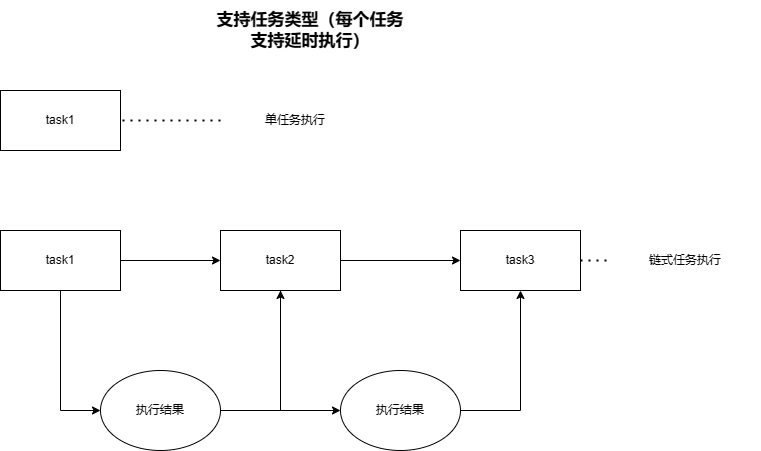
59799517/sqtaskflow keeps this draw.io diagram as png/excute.png. Above is the earlier version. Source tidied: cells renumbered, new cells last; positions are measured from the earlier drawing's top-left corner, leaving out a move shared by most shapes.
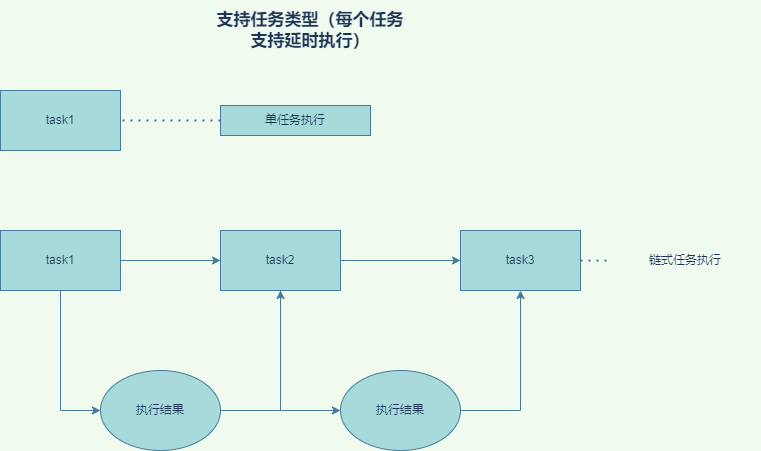
The same diagram one commit later.

Commit message:
修改示例说明

Change to the diagram source:
```diff
@@ -1,74 +1,74 @@
-<mxGraphModel>
+<mxGraphModel background="#F1FAEE">
   <root>
     <mxCell id="0" />
     <mxCell id="1" parent="0" />
-    <mxCell id="2" style="edgeStyle=orthogonalEdgeStyle;rounded=0;jettySize=auto;html=1;" parent="1" edge="1" source="4" target="7">
+    <mxCell id="2" style="edgeStyle=orthogonalEdgeStyle;rounded=0;jettySize=auto;html=1;strokeColor=#457B9D;fillColor=#A8DADC;labelBackgroundColor=#F1FAEE;fontColor=#1D3557;" parent="1" edge="1" source="4" target="7">
       <mxGeometry relative="1" as="geometry" />
     </mxCell>
-    <mxCell id="3" style="edgeStyle=orthogonalEdgeStyle;rounded=0;jettySize=auto;html=1;" parent="1" edge="1" source="4" target="16">
+    <mxCell id="3" style="edgeStyle=orthogonalEdgeStyle;rounded=0;jettySize=auto;html=1;fillColor=#A8DADC;strokeColor=#457B9D;labelBackgroundColor=#F1FAEE;fontColor=#1D3557;" parent="1" edge="1" source="4" target="16">
       <mxGeometry relative="1" as="geometry">
         <Array as="points">
           <mxPoint x="60" y="410" />
         </Array>
       </mxGeometry>
     </mxCell>
-    <mxCell id="4" value="task1" style="rounded=0;whiteSpace=wrap;html=1;" parent="1" vertex="1">
+    <mxCell id="4" value="task1" style="rounded=0;whiteSpace=wrap;html=1;fillColor=#A8DADC;strokeColor=#457B9D;fontColor=#1D3557;" parent="1" vertex="1">
       <mxGeometry y="230" width="120" height="60" as="geometry" />
     </mxCell>
-    <mxCell id="5" style="edgeStyle=orthogonalEdgeStyle;rounded=0;jettySize=auto;html=1;" parent="1" edge="1" source="7" target="10">
+    <mxCell id="5" style="edgeStyle=orthogonalEdgeStyle;rounded=0;jettySize=auto;html=1;fillColor=#A8DADC;strokeColor=#457B9D;labelBackgroundColor=#F1FAEE;fontColor=#1D3557;" parent="1" edge="1" source="7" target="10">
       <mxGeometry relative="1" as="geometry" />
     </mxCell>
-    <mxCell id="6" style="edgeStyle=orthogonalEdgeStyle;rounded=0;jettySize=auto;html=1;" parent="1" edge="1" source="7" target="18">
+    <mxCell id="6" style="edgeStyle=orthogonalEdgeStyle;rounded=0;jettySize=auto;html=1;fillColor=#A8DADC;strokeColor=#457B9D;labelBackgroundColor=#F1FAEE;fontColor=#1D3557;" parent="1" edge="1" source="7" target="18">
       <mxGeometry relative="1" as="geometry">
         <Array as="points">
           <mxPoint x="280" y="410" />
         </Array>
       </mxGeometry>
     </mxCell>
-    <mxCell id="7" value="task2" style="rounded=0;whiteSpace=wrap;html=1;" parent="1" vertex="1">
+    <mxCell id="7" value="task2" style="rounded=0;whiteSpace=wrap;html=1;fillColor=#A8DADC;strokeColor=#457B9D;fontColor=#1D3557;" parent="1" vertex="1">
       <mxGeometry x="220" y="230" width="120" height="60" as="geometry" />
     </mxCell>
-    <mxCell id="8" value="支持任务类型（每个任务支持延时执行）" style="text;html=1;strokeColor=none;fillColor=none;align=center;verticalAlign=middle;whiteSpace=wrap;rounded=0;fontStyle=1;fontSize=17;" parent="1" vertex="1">
+    <mxCell id="8" value="支持任务类型（每个任务支持延时执行）" style="text;html=1;strokeColor=none;fillColor=none;align=center;verticalAlign=middle;whiteSpace=wrap;rounded=0;fontStyle=1;fontSize=17;fontColor=#1D3557;" parent="1" vertex="1">
       <mxGeometry x="210" width="200" height="60" as="geometry" />
     </mxCell>
-    <mxCell id="9" value="task1" style="rounded=0;whiteSpace=wrap;html=1;" parent="1" vertex="1">
+    <mxCell id="9" value="task1" style="rounded=0;whiteSpace=wrap;html=1;fillColor=#A8DADC;fontColor=#1D3557;strokeColor=#457B9D;" parent="1" vertex="1">
       <mxGeometry y="90" width="120" height="60" as="geometry" />
     </mxCell>
-    <mxCell id="10" value="task3" style="rounded=0;whiteSpace=wrap;html=1;" parent="1" vertex="1">
+    <mxCell id="10" value="task3" style="rounded=0;whiteSpace=wrap;html=1;fillColor=#A8DADC;strokeColor=#457B9D;fontColor=#1D3557;" parent="1" vertex="1">
       <mxGeometry x="460" y="230" width="120" height="60" as="geometry" />
     </mxCell>
-    <mxCell id="11" value="单任务执行" style="text;html=1;strokeColor=none;fillColor=none;align=center;verticalAlign=middle;whiteSpace=wrap;rounded=0;" parent="1" vertex="1">
+    <mxCell id="11" value="单任务执行" style="text;html=1;strokeColor=#457B9D;fillColor=#A8DADC;align=center;verticalAlign=middle;whiteSpace=wrap;rounded=0;fontColor=#1D3557;" parent="1" vertex="1">
       <mxGeometry x="220" y="105" width="150" height="30" as="geometry" />
     </mxCell>
-    <mxCell id="12" style="endArrow=none;dashed=1;html=1;dashPattern=1 3;strokeWidth=2;rounded=0;entryX=1;entryY=0.5;entryDx=0;entryDy=0;" parent="1" edge="1" source="11" target="9">
+    <mxCell id="12" style="endArrow=none;dashed=1;html=1;dashPattern=1 3;strokeWidth=2;rounded=0;entryX=1;entryY=0.5;entryDx=0;entryDy=0;fillColor=#A8DADC;strokeColor=#457B9D;labelBackgroundColor=#F1FAEE;fontColor=#1D3557;" parent="1" edge="1" source="11" target="9">
       <mxGeometry relative="1" as="geometry" />
     </mxCell>
-    <mxCell id="13" style="endArrow=none;dashed=1;html=1;dashPattern=1 3;strokeWidth=2;rounded=0;exitX=1;exitY=0.5;exitDx=0;exitDy=0;" parent="1" edge="1" source="10">
+    <mxCell id="13" style="endArrow=none;dashed=1;html=1;dashPattern=1 3;strokeWidth=2;rounded=0;exitX=1;exitY=0.5;exitDx=0;exitDy=0;labelBackgroundColor=#F1FAEE;strokeColor=#457B9D;fontColor=#1D3557;" parent="1" edge="1" source="10">
       <mxGeometry relative="1" as="geometry">
         <mxPoint x="610" y="260" as="targetPoint" />
       </mxGeometry>
     </mxCell>
-    <mxCell id="14" value="链式任务执行" style="text;html=1;strokeColor=none;fillColor=none;align=center;verticalAlign=middle;whiteSpace=wrap;rounded=0;" parent="1" vertex="1">
+    <mxCell id="14" value="链式任务执行" style="text;html=1;strokeColor=none;fillColor=none;align=center;verticalAlign=middle;whiteSpace=wrap;rounded=0;fontColor=#1D3557;" parent="1" vertex="1">
       <mxGeometry x="610" y="237.5" width="150" height="45" as="geometry" />
     </mxCell>
-    <mxCell id="15" style="edgeStyle=orthogonalEdgeStyle;rounded=0;jettySize=auto;html=1;" parent="1" edge="1" source="16" target="7">
+    <mxCell id="15" style="edgeStyle=orthogonalEdgeStyle;rounded=0;jettySize=auto;html=1;fillColor=#A8DADC;strokeColor=#457B9D;labelBackgroundColor=#F1FAEE;fontColor=#1D3557;" parent="1" edge="1" source="16" target="7">
       <mxGeometry relative="1" as="geometry">
         <Array as="points">
           <mxPoint x="280" y="410" />
         </Array>
       </mxGeometry>
     </mxCell>
-    <mxCell id="16" value="执行结果" style="ellipse;whiteSpace=wrap;html=1;" parent="1" vertex="1">
+    <mxCell id="16" value="执行结果" style="ellipse;whiteSpace=wrap;html=1;fillColor=#A8DADC;strokeColor=#457B9D;fontColor=#1D3557;" parent="1" vertex="1">
       <mxGeometry x="100" y="370" width="120" height="80" as="geometry" />
     </mxCell>
-    <mxCell id="17" style="edgeStyle=orthogonalEdgeStyle;rounded=0;jettySize=auto;html=1;" parent="1" edge="1" source="18" target="10">
+    <mxCell id="17" style="edgeStyle=orthogonalEdgeStyle;rounded=0;jettySize=auto;html=1;fillColor=#A8DADC;strokeColor=#457B9D;labelBackgroundColor=#F1FAEE;fontColor=#1D3557;" parent="1" edge="1" source="18" target="10">
       <mxGeometry relative="1" as="geometry">
         <Array as="points">
           <mxPoint x="520" y="410" />
         </Array>
       </mxGeometry>
     </mxCell>
-    <mxCell id="18" value="执行结果" style="ellipse;whiteSpace=wrap;html=1;" parent="1" vertex="1">
+    <mxCell id="18" value="执行结果" style="ellipse;whiteSpace=wrap;html=1;fillColor=#A8DADC;strokeColor=#457B9D;fontColor=#1D3557;" parent="1" vertex="1">
       <mxGeometry x="340" y="370" width="120" height="80" as="geometry" />
     </mxCell>
   </root>
```
